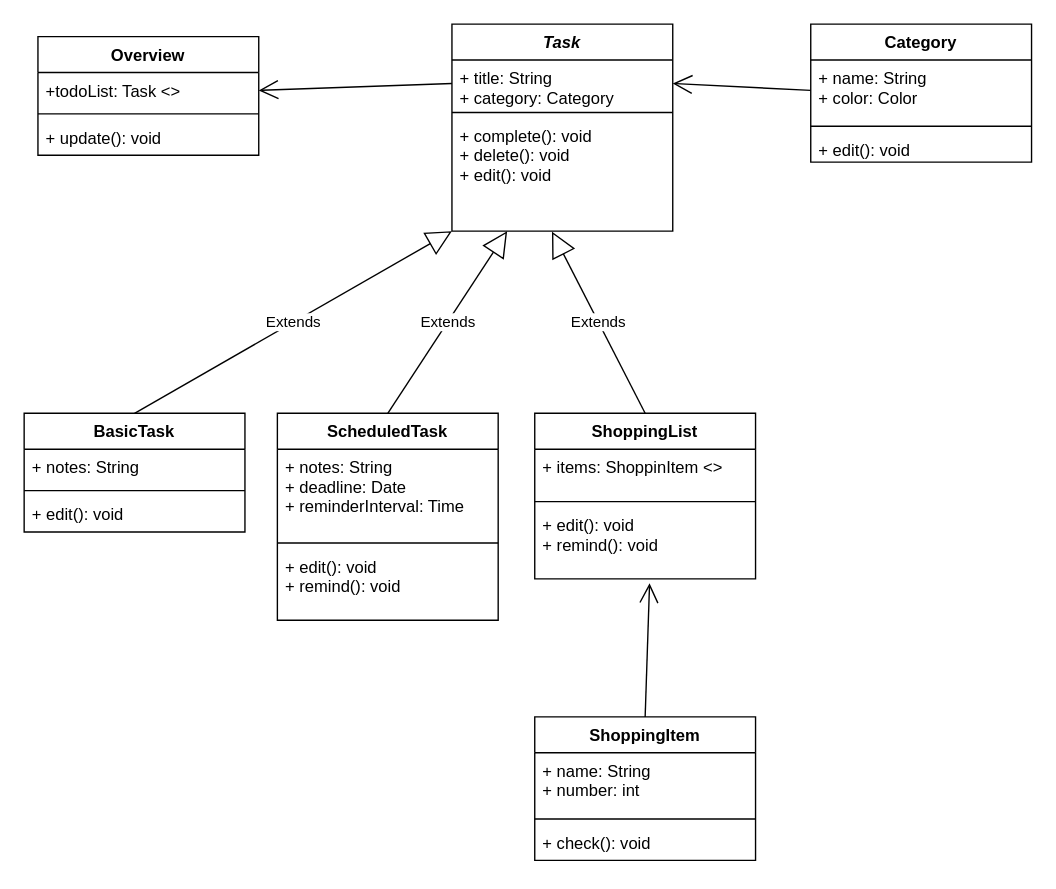
BanjoBenjo/todo keeps this draw.io diagram as todo-app_uml.drawio. Above is the earlier version. Source tidied: cells renumbered, new cells numbered last; positions are measured from the earlier drawing's top-left corner, leaving out a move shared by most shapes. Both pictures are drawn from the tidied source at 138%, with x=0, y=0 at pixel (23, 23).
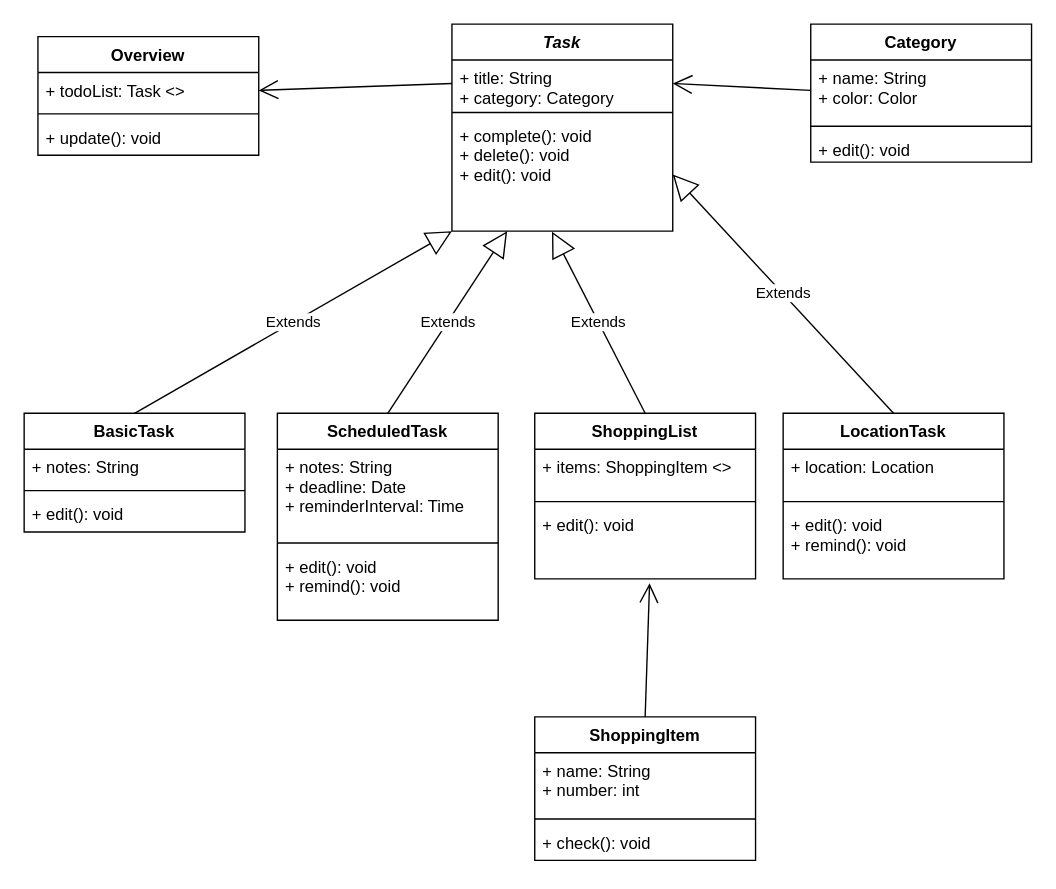
Above is the later version.

Unchanged cells that the change refers to:
```xml
<mxCell id="14" value="ShoppingList" style="swimlane;fontStyle=1;align=center;verticalAlign=top;horizontal=1;startSize=26;" parent="1" vertex="1">
  <mxGeometry x="370" y="282" width="160" height="120" as="geometry" />
</mxCell>
<mxCell id="30" value="+ complete(): void&#10;+ delete(): void&#10;+ edit(): void&#10;&#10;" style="text;strokeColor=none;fillColor=none;align=left;verticalAlign=top;spacingLeft=4;spacingRight=4;overflow=hidden;points=[[0,0.5],[1,0.5]];portConstraint=eastwest;" parent="27" vertex="1">
  <mxGeometry y="68" width="160" height="82" as="geometry" />
</mxCell>
<mxCell id="31" value="Overview" style="swimlane;fontStyle=1;align=center;verticalAlign=top;horizontal=1;startSize=26;" parent="1" vertex="1">
  <mxGeometry x="10" y="9" width="160" height="86" as="geometry" />
</mxCell>
```

Change to the diagram source:
```diff
@@
-    <mxCell id="15" value="+ items: ShoppinItem &lt;&gt;" style="text;strokeColor=none;fillColor=none;align=left;verticalAlign=top;spacingLeft=4;spacingRight=4;overflow=hidden;" parent="14" vertex="1">
+    <mxCell id="15" value="+ items: ShoppingItem &lt;&gt;" style="text;strokeColor=none;fillColor=none;align=left;verticalAlign=top;spacingLeft=4;spacingRight=4;overflow=hidden;" parent="14" vertex="1">
       <mxGeometry y="26" width="160" height="34" as="geometry" />
     </mxCell>
@@
-    <mxCell id="17" value="+ edit(): void&#10;+ remind(): void&#10;" style="text;strokeColor=none;fillColor=none;align=left;verticalAlign=top;spacingLeft=4;spacingRight=4;overflow=hidden;points=[[0,0.5],[1,0.5]];portConstraint=eastwest;" parent="14" vertex="1">
+    <mxCell id="17" value="+ edit(): void&#10;&#10;" style="text;strokeColor=none;fillColor=none;align=left;verticalAlign=top;spacingLeft=4;spacingRight=4;overflow=hidden;points=[[0,0.5],[1,0.5]];portConstraint=eastwest;" parent="14" vertex="1">
       <mxGeometry y="68" width="160" height="52" as="geometry" />
     </mxCell>
@@
-    <mxCell id="32" value="+todoList: Task &lt;&gt;" style="text;strokeColor=none;fillColor=none;align=left;verticalAlign=top;spacingLeft=4;spacingRight=4;overflow=hidden;points=[[0,0.5],[1,0.5]];portConstraint=eastwest;" parent="31" vertex="1">
+    <mxCell id="32" value="+ todoList: Task &lt;&gt;" style="text;strokeColor=none;fillColor=none;align=left;verticalAlign=top;spacingLeft=4;spacingRight=4;overflow=hidden;points=[[0,0.5],[1,0.5]];portConstraint=eastwest;" parent="31" vertex="1">
       <mxGeometry y="26" width="160" height="26" as="geometry" />
     </mxCell>
@@
+    <mxCell id="36" value="LocationTask" style="swimlane;fontStyle=1;align=center;verticalAlign=top;horizontal=1;startSize=26;" parent="1" vertex="1">
+      <mxGeometry x="550" y="282" width="160" height="120" as="geometry" />
+    </mxCell>
+    <mxCell id="37" value="+ location: Location" style="text;strokeColor=none;fillColor=none;align=left;verticalAlign=top;spacingLeft=4;spacingRight=4;overflow=hidden;" parent="36" vertex="1">
+      <mxGeometry y="26" width="160" height="34" as="geometry" />
+    </mxCell>
+    <mxCell id="38" style="line;strokeWidth=1;fillColor=none;align=left;verticalAlign=middle;spacingTop=-1;spacingLeft=3;spacingRight=3;labelPosition=right;" parent="36" vertex="1">
+      <mxGeometry y="60" width="160" height="8" as="geometry" />
+    </mxCell>
+    <mxCell id="39" value="+ edit(): void&#10;+ remind(): void&#10;&#10;" style="text;strokeColor=none;fillColor=none;align=left;verticalAlign=top;spacingLeft=4;spacingRight=4;overflow=hidden;" parent="36" vertex="1">
+      <mxGeometry y="68" width="160" height="52" as="geometry" />
+    </mxCell>
+    <mxCell id="40" value="Extends" style="endArrow=block;endSize=16;endFill=0;html=1;entryX=1;entryY=0.5;entryDx=0;entryDy=0;exitX=0.5;exitY=0;exitDx=0;exitDy=0;" parent="1" edge="1" source="36" target="30">
+      <mxGeometry relative="1" as="geometry" />
+    </mxCell>
```
